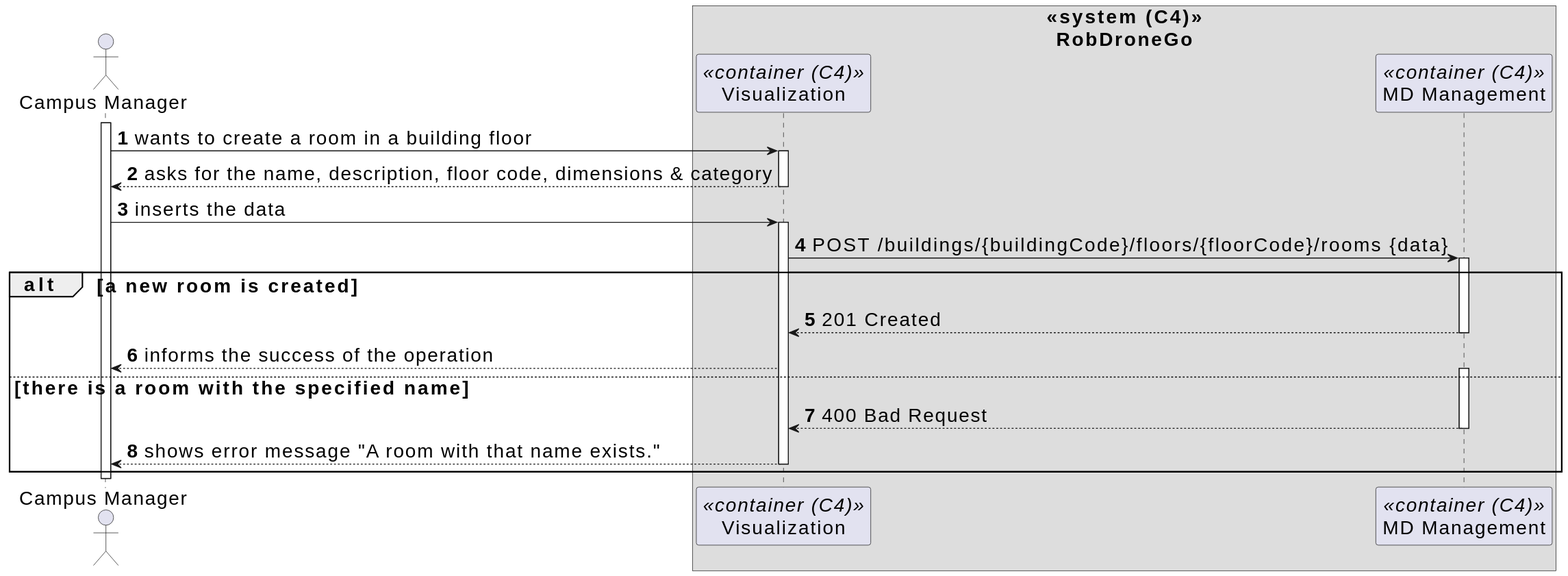
The PlantUML diagram _wiki/sprint-b/us48-1210/views/level-2/assets/process-view.svg in miseEnPlace-dev/lapr5, before a commit.
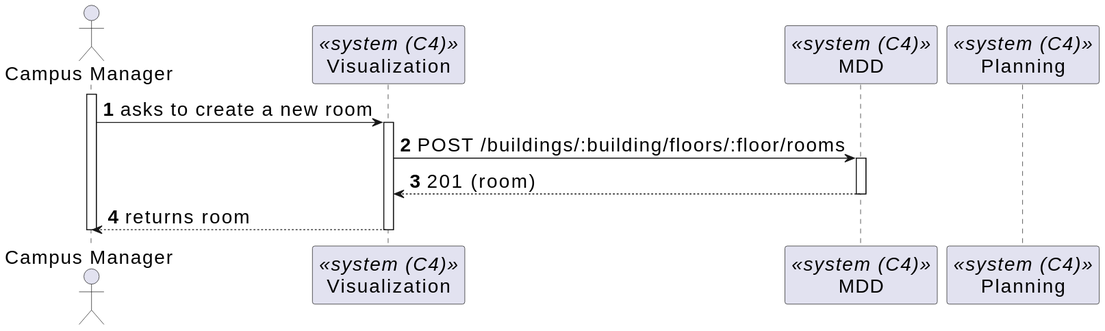
After the commit.

Diff of the diagram source:
```diff
@@ -1,42 +1,25 @@
 @startuml
 skinparamlocked defaultFontSize 20
 autonumber
-skinparam DefaultTextAlignment<<center>> center
 
 actor CM as "Campus Manager"
+participant UI as "Visualization" <<system (C4)>>
+participant MDD as "MDD" <<system (C4)>>
+participant P as "Planning" <<system (C4)>>
 
-box "«system (C4)»\nRobDroneGo" <<center>>
-  participant UI as "Visualization" <<container (C4)>>
-  participant MD as "MD Management" <<container (C4)>>
-end box
 
 activate CM
 
-CM -> UI : wants to create a room in a building floor
+CM -> UI : asks to create a new room
 activate UI
 
-CM <-- UI : asks for the name, description, floor code, dimensions & category
+UI -> MDD : POST /buildings/:building/floors/:floor/rooms
+activate MDD
+MDD --> UI : 201 (room)
+deactivate MDD
+
+CM <-- UI : returns room
 deactivate UI
-
-CM -> UI : inserts the data
-activate UI
-
-UI -> MD : POST /buildings/{buildingCode}/floors/{floorCode}/rooms {data}
-activate MD
-
-alt a new room is created
-  UI <-- MD : 201 Created
-  deactivate MD
-
-  CM <-- UI : informs the success of the operation
-else there is a room with the specified name
-  activate MD
-  UI <-- MD : 400 Bad Request
-  deactivate MD
-
-  CM <-- UI : shows error message "A room with that name exists."
-  deactivate UI
-end
 
 deactivate CM
 @enduml
```
